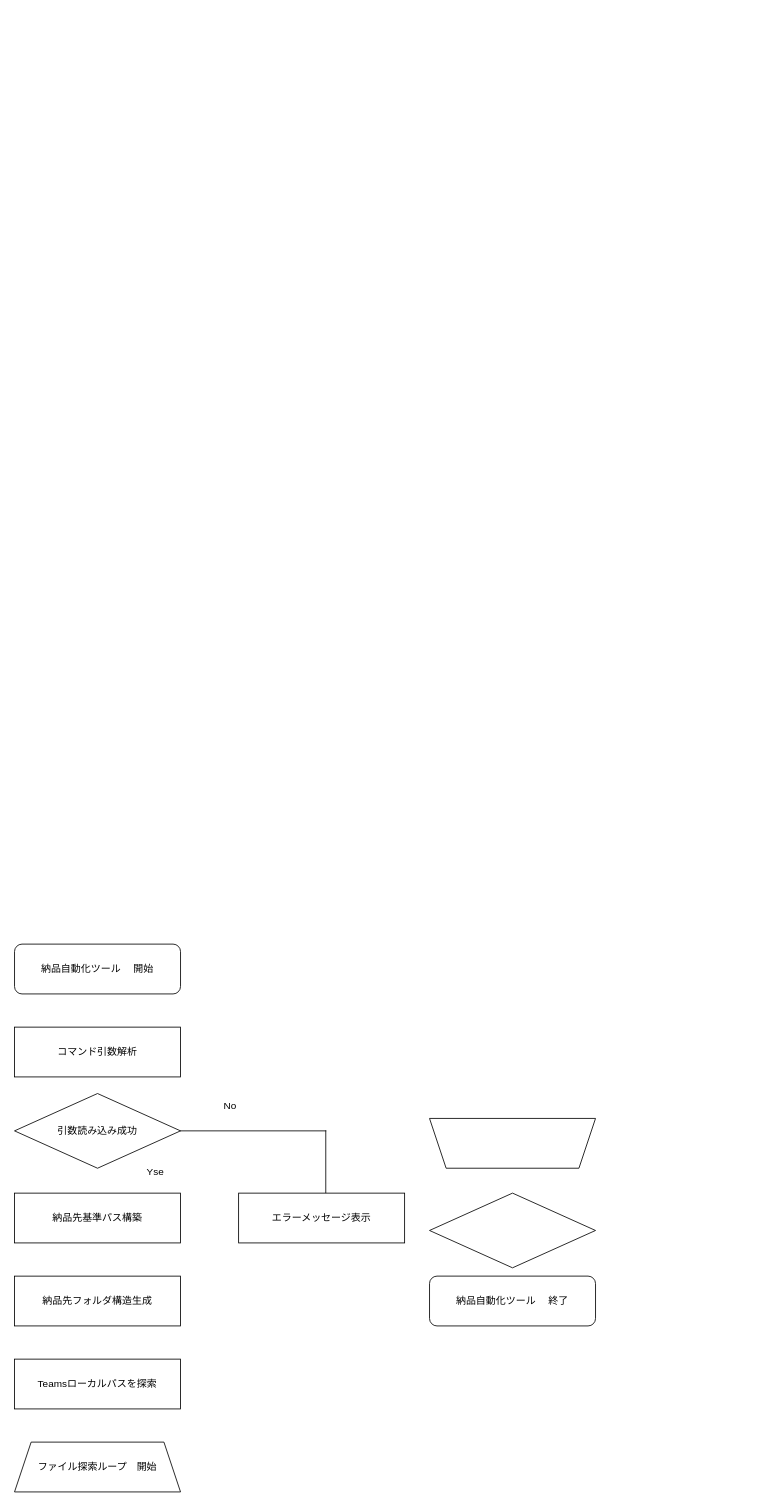
Earlier version of the draw.io diagram フロー図.dio (ConniConni/delivery_automation_tool). Source tidied: cells renumbered, new cells numbered last; positions are measured from the earlier drawing's top-left corner, leaving out a move shared by most shapes. Both pictures are drawn from the tidied source at 83%, with x=0, y=0 at pixel (14, 944).
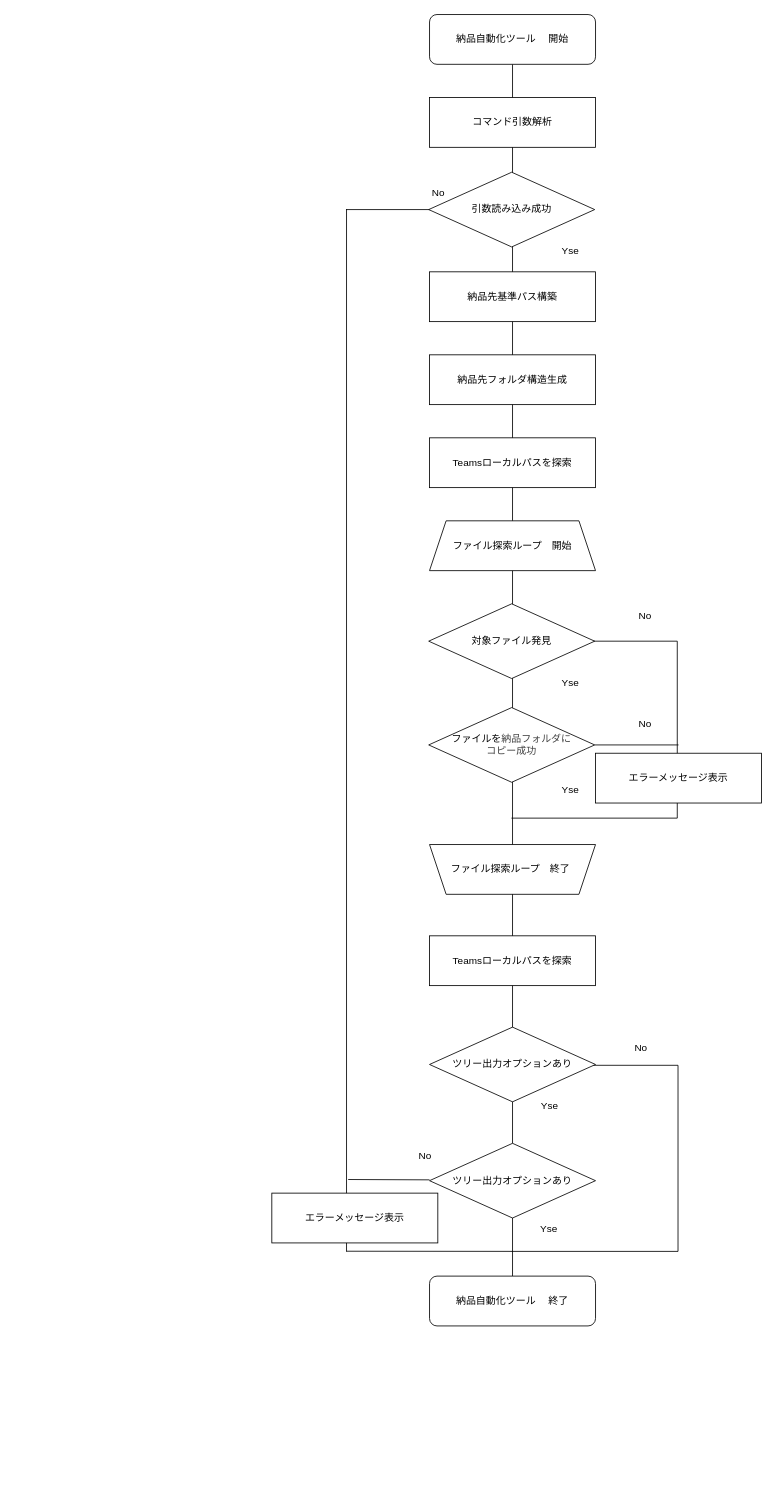
Above is the later version.

Commit message:
フロー図作成更新

The edit, as a diff of the source:
```diff
@@
+    <mxCell id="16" style="group;" parent="1" vertex="1">
+      <mxGeometry x="400" y="-920" width="300" height="1290" as="geometry" />
+    </mxCell>
+    <mxCell id="17" style="group;" parent="16" vertex="1">
+      <mxGeometry width="300" height="1290" as="geometry" />
+    </mxCell>
+    <mxCell id="11" value="Yse" style="text;html=1;align=center;verticalAlign=middle;whiteSpace=wrap;rounded=0;" parent="17" vertex="1">
+      <mxGeometry x="239.6" y="70" width="60.4" height="30" as="geometry" />
+    </mxCell>
+    <mxCell id="13" value="No" style="text;html=1;align=center;verticalAlign=middle;whiteSpace=wrap;rounded=0;" parent="17" vertex="1">
+      <mxGeometry x="80.5" width="60.4" height="30" as="geometry" />
+    </mxCell>
+    <mxCell id="18" style="group;" parent="17" vertex="1">
+      <mxGeometry y="35" width="142.5" height="1255" as="geometry" />
+    </mxCell>
+    <mxCell id="19" style="endArrow=none;html=1;exitX=0.014;exitY=0.928;exitDx=0;exitDy=0;exitPerimeter=0;" parent="18" edge="1">
+      <mxGeometry relative="1" as="geometry">
+        <mxPoint x="2" y="1168.6" as="sourcePoint" />
+        <mxPoint x="100" y="1169" as="targetPoint" />
+      </mxGeometry>
+    </mxCell>
+    <mxCell id="20" style="group;" parent="18" vertex="1">
+      <mxGeometry x="-90" width="232.5" height="1255" as="geometry" />
+    </mxCell>
+    <mxCell id="9" style="shape=partialRectangle;whiteSpace=wrap;html=1;bottom=0;right=0;fillColor=none;rotation=0;" parent="20" vertex="1">
+      <mxGeometry x="90" width="142.5" height="1255" as="geometry" />
+    </mxCell>
+    <mxCell id="21" value="エラーメッセージ表示" style="rounded=0;whiteSpace=wrap;html=1;" parent="20" vertex="1">
+      <mxGeometry y="1185" width="200" height="60" as="geometry" />
+    </mxCell>
+    <mxCell id="22" style="group;" parent="1" vertex="1">
+      <mxGeometry x="599.8" y="110" width="199.6" height="260.2" as="geometry" />
+    </mxCell>
+    <mxCell id="23" style="shape=partialRectangle;whiteSpace=wrap;html=1;bottom=1;right=1;left=1;top=0;fillColor=none;routingCenterX=-0.5;rotation=-90;" parent="22" vertex="1">
+      <mxGeometry x="-12.3" y="48.3" width="224.2" height="199.6" as="geometry" />
+    </mxCell>
+    <mxCell id="24" value="No" style="text;html=1;align=center;verticalAlign=middle;whiteSpace=wrap;rounded=0;" parent="22" vertex="1">
+      <mxGeometry x="140.1" width="30.1" height="30" as="geometry" />
+    </mxCell>
+    <mxCell id="25" value="Yse" style="text;html=1;align=center;verticalAlign=middle;whiteSpace=wrap;rounded=0;" parent="22" vertex="1">
+      <mxGeometry x="30.2" y="70" width="30.1" height="30" as="geometry" />
+    </mxCell>
+    <mxCell id="26" style="group;" parent="1" vertex="1">
+      <mxGeometry x="599.3" y="-410" width="300.7" height="258.3" as="geometry" />
+    </mxCell>
+    <mxCell id="27" style="group;" parent="26" vertex="1">
+      <mxGeometry width="300.7" height="258.3" as="geometry" />
+    </mxCell>
+    <mxCell id="28" value="No" style="text;html=1;align=center;verticalAlign=middle;whiteSpace=wrap;rounded=0;" parent="27" vertex="1">
+      <mxGeometry x="130.7" width="60" height="30" as="geometry" />
+    </mxCell>
+    <mxCell id="29" value="Yse" style="text;html=1;align=center;verticalAlign=middle;whiteSpace=wrap;rounded=0;" parent="27" vertex="1">
+      <mxGeometry x="40.7" y="210" width="60" height="30" as="geometry" />
+    </mxCell>
+    <mxCell id="30" value="No" style="text;html=1;align=center;verticalAlign=middle;whiteSpace=wrap;rounded=0;" parent="27" vertex="1">
+      <mxGeometry x="130.7" y="130" width="60" height="30" as="geometry" />
+    </mxCell>
+    <mxCell id="31" style="group;" parent="27" vertex="1">
+      <mxGeometry y="45" width="300.7" height="213.2" as="geometry" />
+    </mxCell>
+    <mxCell id="32" style="shape=partialRectangle;whiteSpace=wrap;html=1;bottom=1;right=1;left=1;top=0;fillColor=none;routingCenterX=-0.5;rotation=-90;" parent="31" vertex="1">
+      <mxGeometry x="-7" y="7" width="213.2" height="199.2" as="geometry" />
+    </mxCell>
+    <mxCell id="33" value="エラーメッセージ表示" style="rounded=0;whiteSpace=wrap;html=1;" parent="31" vertex="1">
+      <mxGeometry x="100.7" y="135" width="200" height="60" as="geometry" />
+    </mxCell>
+    <mxCell id="34" style="endArrow=none;html=1;entryX=1;entryY=0.5;entryDx=0;entryDy=0;" parent="26" edge="1" target="42">
+      <mxGeometry relative="1" as="geometry">
+        <mxPoint x="200.7" y="170" as="sourcePoint" />
+      </mxGeometry>
+    </mxCell>
+    <mxCell id="35" style="endArrow=none;html=1;entryX=0.5;entryY=1;entryDx=0;entryDy=0;" parent="1" edge="1" source="7" target="2">
+      <mxGeometry relative="1" as="geometry" />
+    </mxCell>
+    <mxCell id="7" value="納品自動化ツール　 終了" style="rounded=1;whiteSpace=wrap;html=1;" parent="1" vertex="1">
+      <mxGeometry x="500" y="400" width="200" height="60" as="geometry" />
+    </mxCell>
+    <mxCell id="36" value="Yse" style="text;html=1;align=center;verticalAlign=middle;whiteSpace=wrap;rounded=0;" parent="1" vertex="1">
+      <mxGeometry x="640" y="-330" width="60" height="30" as="geometry" />
+    </mxCell>
+    <mxCell id="37" value="Teamsローカルパスを探索" style="rounded=0;whiteSpace=wrap;html=1;" parent="1" vertex="1">
+      <mxGeometry x="500" y="-10" width="200" height="60" as="geometry" />
+    </mxCell>
+    <mxCell id="38" style="group;" parent="1" vertex="1">
+      <mxGeometry x="500" y="-120" width="200" height="60" as="geometry" />
+    </mxCell>
+    <mxCell id="5" style="shape=trapezoid;perimeter=trapezoidPerimeter;whiteSpace=wrap;html=1;fixedSize=1;rotation=-180;" parent="38" vertex="1">
+      <mxGeometry width="200" height="60" as="geometry" />
+    </mxCell>
+    <mxCell id="39" value="&lt;span style=&quot;color: rgb(0, 0, 0); text-align: center;&quot;&gt;ファイル探索ループ　終了&lt;/span&gt;" style="text;strokeColor=none;fillColor=none;align=left;verticalAlign=middle;spacingLeft=4;spacingRight=4;overflow=hidden;whiteSpace=wrap;html=1;" parent="38" vertex="1">
+      <mxGeometry x="20" width="160" height="60" as="geometry" />
+    </mxCell>
+    <mxCell id="40" style="group;" parent="1" vertex="1">
+      <mxGeometry x="499" y="-1120" width="201" height="925" as="geometry" />
+    </mxCell>
-    <mxCell id="2" value="納品自動化ツール　 開始" style="rounded=1;whiteSpace=wrap;html=1;" parent="1" vertex="1">
-      <mxGeometry width="200" height="60" as="geometry" />
+    <mxCell id="2" value="納品自動化ツール　 開始" style="rounded=1;whiteSpace=wrap;html=1;" parent="40" vertex="1">
+      <mxGeometry x="1" width="200" height="60" as="geometry" />
     </mxCell>
-    <mxCell id="3" value="納品先基準パス構築" style="rounded=0;whiteSpace=wrap;html=1;" parent="1" vertex="1">
-      <mxGeometry y="300" width="200" height="60" as="geometry" />
+    <mxCell id="3" value="納品先基準パス構築" style="rounded=0;whiteSpace=wrap;html=1;" parent="40" vertex="1">
+      <mxGeometry x="1" y="310" width="200" height="60" as="geometry" />
     </mxCell>
-    <mxCell id="4" value="ファイル探索ループ　開始" style="shape=trapezoid;perimeter=trapezoidPerimeter;whiteSpace=wrap;html=1;fixedSize=1;" parent="1" vertex="1">
-      <mxGeometry y="600" width="200" height="60" as="geometry" />
+    <mxCell id="4" value="ファイル探索ループ　開始" style="shape=trapezoid;perimeter=trapezoidPerimeter;whiteSpace=wrap;html=1;fixedSize=1;" parent="40" vertex="1">
+      <mxGeometry x="1" y="610" width="200" height="60" as="geometry" />
     </mxCell>
-    <mxCell id="5" style="shape=trapezoid;perimeter=trapezoidPerimeter;whiteSpace=wrap;html=1;fixedSize=1;rotation=-180;" parent="1" vertex="1">
-      <mxGeometry x="500" y="210" width="200" height="60" as="geometry" />
-    </mxCell>
-    <mxCell id="6" style="rhombus;whiteSpace=wrap;html=1;" parent="1" vertex="1">
-      <mxGeometry x="500" y="300" width="200" height="90" as="geometry" />
-    </mxCell>
-    <mxCell id="7" value="納品自動化ツール　 終了" style="rounded=1;whiteSpace=wrap;html=1;" parent="1" vertex="1">
-      <mxGeometry x="500" y="400" width="200" height="60" as="geometry" />
-    </mxCell>
-    <mxCell id="8" value="コマンド引数解析" style="rounded=0;whiteSpace=wrap;html=1;" parent="1" vertex="1">
-      <mxGeometry y="100" width="200" height="60" as="geometry" />
+    <mxCell id="8" value="コマンド引数解析" style="rounded=0;whiteSpace=wrap;html=1;" parent="40" vertex="1">
+      <mxGeometry x="1" y="100" width="200" height="60" as="geometry" />
     </mxCell>
-    <mxCell id="9" style="shape=partialRectangle;whiteSpace=wrap;html=1;bottom=0;right=0;fillColor=none;rotation=90;" parent="1" vertex="1">
-      <mxGeometry x="250" y="175" width="75" height="175" as="geometry" />
-    </mxCell>
-    <mxCell id="10" value="エラーメッセージ表示" style="rounded=0;whiteSpace=wrap;html=1;" parent="1" vertex="1">
-      <mxGeometry x="270" y="300" width="200" height="60" as="geometry" />
-    </mxCell>
-    <mxCell id="11" value="Yse" style="text;html=1;align=center;verticalAlign=middle;whiteSpace=wrap;rounded=0;" parent="1" vertex="1">
-      <mxGeometry x="140" y="260" width="60" height="30" as="geometry" />
-    </mxCell>
-    <mxCell id="12" value="引数読み込み成功" style="rhombus;whiteSpace=wrap;html=1;" parent="1" vertex="1">
-      <mxGeometry y="180" width="200" height="90" as="geometry" />
+    <mxCell id="12" value="引数読み込み成功" style="rhombus;whiteSpace=wrap;html=1;" parent="40" vertex="1">
+      <mxGeometry y="190" width="200" height="90" as="geometry" />
     </mxCell>
-    <mxCell id="13" value="No" style="text;html=1;align=center;verticalAlign=middle;whiteSpace=wrap;rounded=0;" parent="1" vertex="1">
-      <mxGeometry x="230" y="180" width="60" height="30" as="geometry" />
-    </mxCell>
-    <mxCell id="14" value="納品先フォルダ構造生成" style="rounded=0;whiteSpace=wrap;html=1;" parent="1" vertex="1">
-      <mxGeometry y="400" width="200" height="60" as="geometry" />
+    <mxCell id="14" value="納品先フォルダ構造生成" style="rounded=0;whiteSpace=wrap;html=1;" parent="40" vertex="1">
+      <mxGeometry x="1" y="410" width="200" height="60" as="geometry" />
     </mxCell>
-    <mxCell id="15" value="Teamsローカルパスを探索" style="rounded=0;whiteSpace=wrap;html=1;" parent="1" vertex="1">
-      <mxGeometry y="500" width="200" height="60" as="geometry" />
+    <mxCell id="15" value="Teamsローカルパスを探索" style="rounded=0;whiteSpace=wrap;html=1;" parent="40" vertex="1">
+      <mxGeometry x="1" y="510" width="200" height="60" as="geometry" />
     </mxCell>
+    <mxCell id="41" value="対象ファイル発見" style="rhombus;whiteSpace=wrap;html=1;" parent="40" vertex="1">
+      <mxGeometry y="710" width="200" height="90" as="geometry" />
+    </mxCell>
+    <mxCell id="42" value="ファイルを&lt;span style=&quot;color: rgb(63, 63, 63); background-color: transparent;&quot;&gt;納品フォルダに&lt;/span&gt;&lt;div&gt;&lt;span style=&quot;color: rgb(63, 63, 63); background-color: transparent;&quot;&gt;コピー成功&lt;/span&gt;&lt;/div&gt;" style="rhombus;whiteSpace=wrap;html=1;" parent="40" vertex="1">
+      <mxGeometry y="835" width="200" height="90" as="geometry" />
+    </mxCell>
+    <mxCell id="43" value="ツリー出力オプションあり" style="rhombus;whiteSpace=wrap;html=1;" parent="1" vertex="1">
+      <mxGeometry x="500" y="100" width="200" height="90" as="geometry" />
+    </mxCell>
+    <mxCell id="44" value="ツリー出力オプションあり" style="rhombus;whiteSpace=wrap;html=1;" parent="1" vertex="1">
+      <mxGeometry x="500" y="240" width="200" height="90" as="geometry" />
+    </mxCell>
+    <mxCell id="45" value="No" style="text;html=1;align=center;verticalAlign=middle;whiteSpace=wrap;rounded=0;" parent="1" vertex="1">
+      <mxGeometry x="480" y="240" width="30.1" height="30" as="geometry" />
+    </mxCell>
+    <mxCell id="46" value="Yse" style="text;html=1;align=center;verticalAlign=middle;whiteSpace=wrap;rounded=0;" parent="1" vertex="1">
+      <mxGeometry x="628.9" y="327.9" width="30.1" height="30" as="geometry" />
+    </mxCell>
+    <mxCell id="47" style="endArrow=none;html=1;exitX=0;exitY=1;exitDx=0;exitDy=0;entryX=0;entryY=0;entryDx=0;entryDy=0;" parent="1" edge="1" source="9" target="23">
+      <mxGeometry relative="1" as="geometry" />
+    </mxCell>
```
